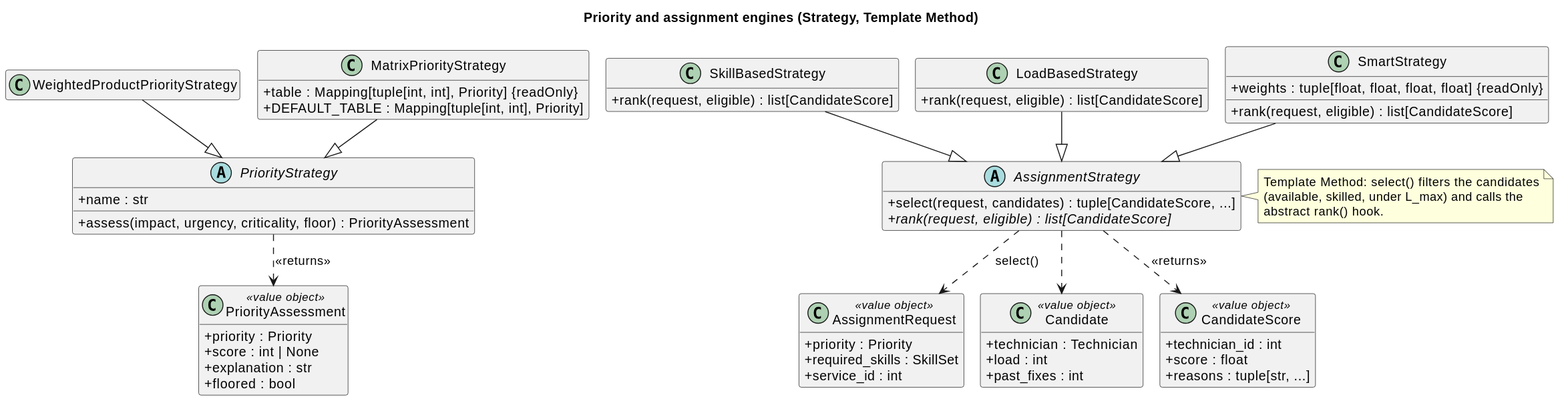
The PlantUML diagram docs/diagrams/generated/class-strategies.svg in Siddhant944/i-itsm, before a commit.
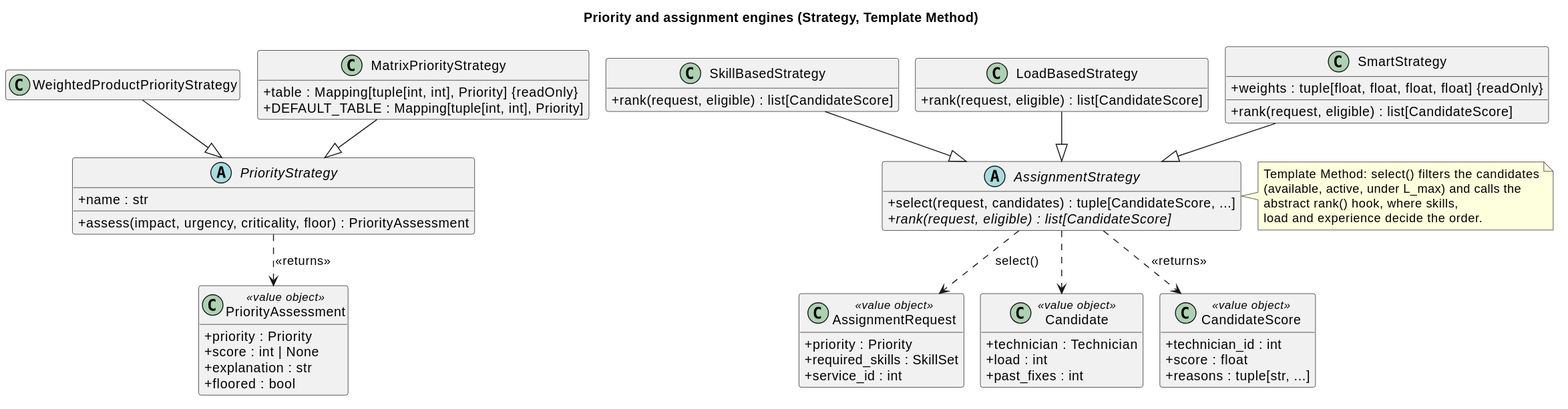
The same file after the commit.

Diff of the diagram source:
```diff
@@ -67,7 +67,8 @@
 AssignmentStrategy ..> CandidateScore : <<returns>>
 note right of AssignmentStrategy
   Template Method: select() filters the candidates
-  (available, skilled, under L_max) and calls the
-  abstract rank() hook.
+  (available, active, under L_max) and calls the
+  abstract rank() hook, where skills,
+  load and experience decide the order.
 end note
 @enduml
```
